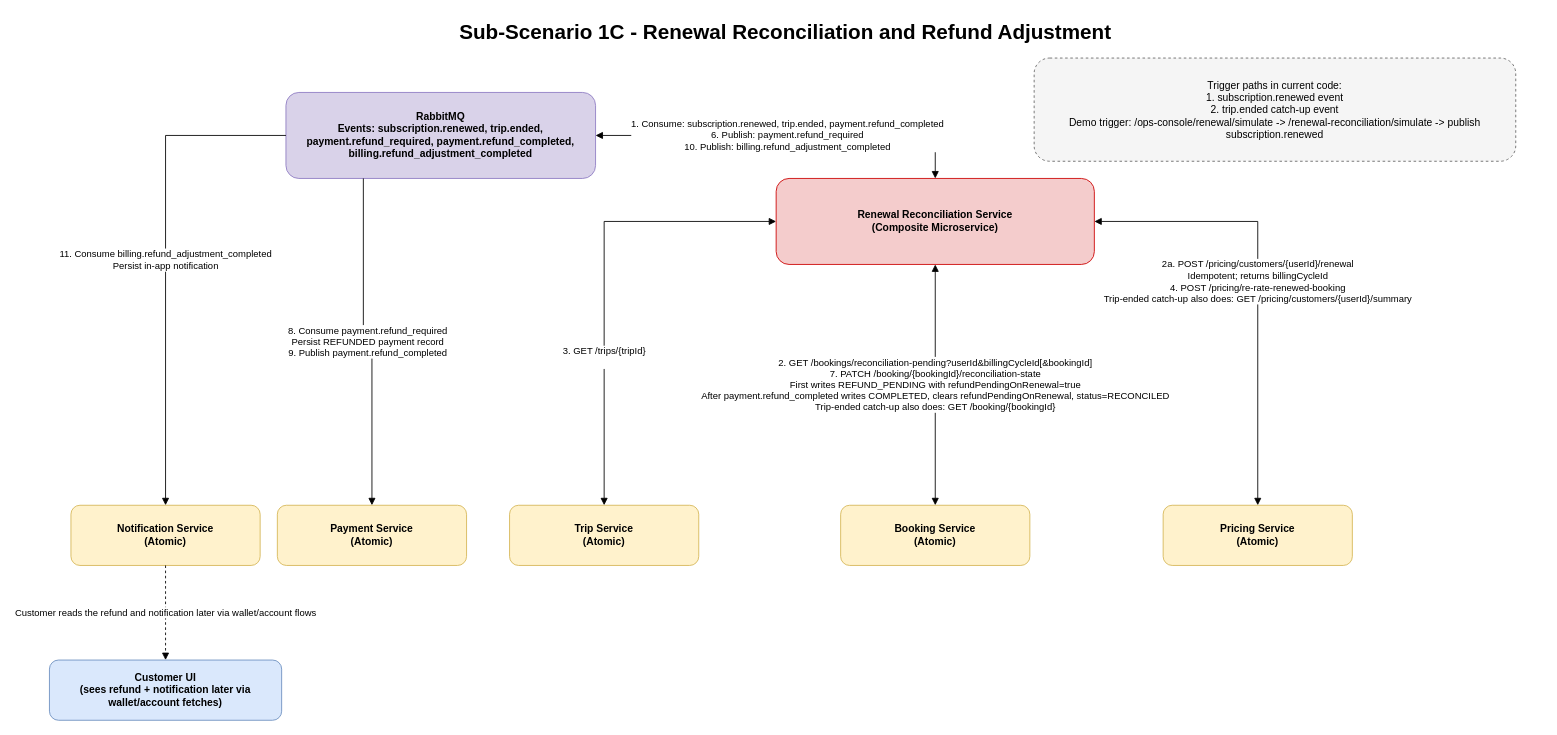
Earlier version of the draw.io diagram docs/report/us1c-Renewal-Reconciliation.drawio (srikartejab/fleetshare). Source tidied: cells renumbered, new cells numbered last; positions are measured from the earlier drawing's top-left corner, leaving out a move shared by most shapes. Both pictures are drawn from the tidied source at 86%, with x=0, y=0 at pixel (49, 15).
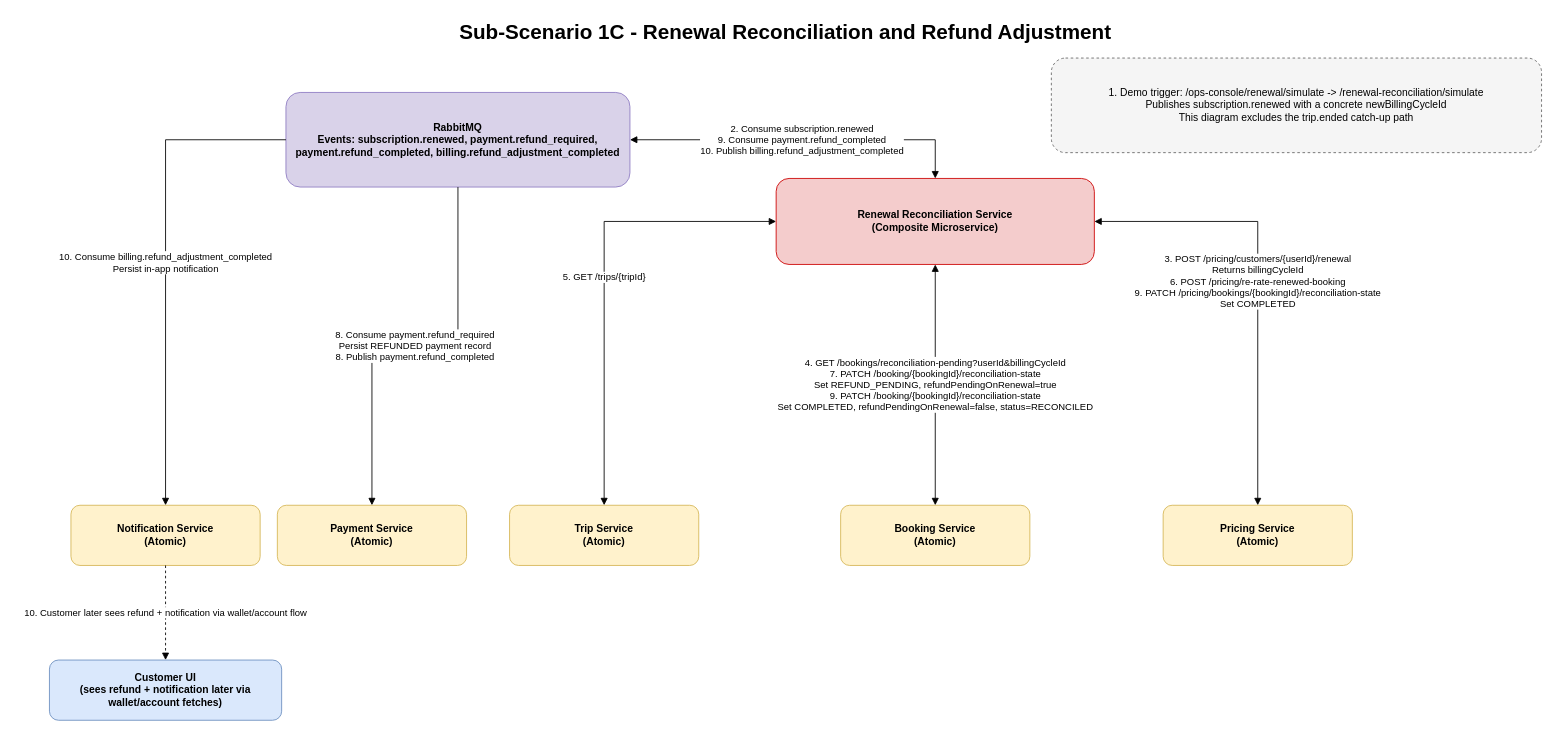
The same page after the edit.

Change to the diagram source:
```diff
@@
 <mxGraphModel>
   <root>
     <mxCell id="0" />
     <mxCell id="1" parent="0" />
     <mxCell id="2" value="Sub-Scenario 1C - Renewal Reconciliation and Refund Adjustment" style="text;html=1;strokeColor=none;fillColor=none;align=left;verticalAlign=middle;fontSize=24;fontStyle=1;" parent="1" vertex="1">
       <mxGeometry x="475" width="830" height="40" as="geometry" />
     </mxCell>
-    <mxCell id="3" value="RabbitMQ&#10;Events: subscription.renewed, trip.ended,&#10;payment.refund_required, payment.refund_completed,&#10;billing.refund_adjustment_completed" style="rounded=1;whiteSpace=wrap;html=1;fillColor=#d9d2e9;strokeColor=#8e7cc3;fontStyle=1;" parent="1" vertex="1">
-      <mxGeometry x="275" y="90" width="360" height="100" as="geometry" />
+    <mxCell id="3" value="RabbitMQ&#10;Events: subscription.renewed, payment.refund_required,&#10;payment.refund_completed, billing.refund_adjustment_completed" style="rounded=1;whiteSpace=wrap;html=1;fillColor=#d9d2e9;strokeColor=#8e7cc3;fontStyle=1;" parent="1" vertex="1">
+      <mxGeometry x="275" y="90" width="400" height="110" as="geometry" />
     </mxCell>
     <mxCell id="4" value="Renewal Reconciliation Service&#10;(Composite Microservice)" style="rounded=1;whiteSpace=wrap;html=1;fillColor=#f4cccc;strokeColor=#cc0000;fontStyle=1;" parent="1" vertex="1">
       <mxGeometry x="845" y="190" width="370" height="100" as="geometry" />
     </mxCell>
     <mxCell id="5" value="Booking Service&#10;(Atomic)" style="rounded=1;whiteSpace=wrap;html=1;fillColor=#fff2cc;strokeColor=#d6b656;fontStyle=1;" parent="1" vertex="1">
       <mxGeometry x="920" y="570" width="220" height="70" as="geometry" />
     </mxCell>
     <mxCell id="6" value="Trip Service&#10;(Atomic)" style="rounded=1;whiteSpace=wrap;html=1;fillColor=#fff2cc;strokeColor=#d6b656;fontStyle=1;" parent="1" vertex="1">
       <mxGeometry x="535" y="570" width="220" height="70" as="geometry" />
     </mxCell>
     <mxCell id="7" value="Pricing Service&#10;(Atomic)" style="rounded=1;whiteSpace=wrap;html=1;fillColor=#fff2cc;strokeColor=#d6b656;fontStyle=1;" parent="1" vertex="1">
       <mxGeometry x="1295" y="570" width="220" height="70" as="geometry" />
     </mxCell>
     <mxCell id="8" value="Payment Service&#10;(Atomic)" style="rounded=1;whiteSpace=wrap;html=1;fillColor=#fff2cc;strokeColor=#d6b656;fontStyle=1;" parent="1" vertex="1">
       <mxGeometry x="265" y="570" width="220" height="70" as="geometry" />
     </mxCell>
     <mxCell id="9" value="Notification Service&#10;(Atomic)" style="rounded=1;whiteSpace=wrap;html=1;fillColor=#fff2cc;strokeColor=#d6b656;fontStyle=1;" parent="1" vertex="1">
       <mxGeometry x="25" y="570" width="220" height="70" as="geometry" />
     </mxCell>
     <mxCell id="10" value="Customer UI&#10;(sees refund + notification later via wallet/account fetches)" style="rounded=1;whiteSpace=wrap;html=1;fillColor=#dae8fc;strokeColor=#6c8ebf;fontStyle=1;" parent="1" vertex="1">
       <mxGeometry y="750" width="270" height="70" as="geometry" />
     </mxCell>
-    <mxCell id="11" value="Trigger paths in current code:&#10;1. subscription.renewed event&#10;2. trip.ended catch-up event&#10;Demo trigger: /ops-console/renewal/simulate -&gt; /renewal-reconciliation/simulate -&gt; publish subscription.renewed" style="rounded=1;whiteSpace=wrap;html=1;fillColor=#f5f5f5;strokeColor=#666666;dashed=1;" parent="1" vertex="1">
-      <mxGeometry x="1145" y="50" width="560" height="120" as="geometry" />
+    <mxCell id="11" value="1. Demo trigger: /ops-console/renewal/simulate -&gt; /renewal-reconciliation/simulate&#10;Publishes subscription.renewed with a concrete newBillingCycleId&#10;This diagram excludes the trip.ended catch-up path" style="rounded=1;whiteSpace=wrap;html=1;fillColor=#f5f5f5;strokeColor=#666666;dashed=1;" parent="1" vertex="1">
+      <mxGeometry x="1165" y="50" width="570" height="110" as="geometry" />
     </mxCell>
-    <mxCell id="12" value="1. Consume: subscription.renewed, trip.ended, payment.refund_completed&#10;6. Publish: payment.refund_required&#10;10. Publish: billing.refund_adjustment_completed" style="edgeStyle=orthogonalEdgeStyle;rounded=0;jettySize=auto;html=1;startArrow=block;endArrow=block;entryX=0.5;entryY=0;entryDx=0;entryDy=0;" parent="1" edge="1" source="3" target="4">
+    <mxCell id="12" value="2. Consume subscription.renewed&#10;9. Consume payment.refund_completed&#10;10. Publish billing.refund_adjustment_completed" style="edgeStyle=orthogonalEdgeStyle;rounded=0;jettySize=auto;html=1;startArrow=block;endArrow=block;entryX=0.5;entryY=0;entryDx=0;entryDy=0;" parent="1" edge="1" source="3" target="4">
       <mxGeometry relative="1" as="geometry" />
     </mxCell>
-    <mxCell id="13" value="2. GET /bookings/reconciliation-pending?userId&amp;billingCycleId[&amp;bookingId]&#10;7. PATCH /booking/{bookingId}/reconciliation-state&#10;First writes REFUND_PENDING with refundPendingOnRenewal=true&#10;After payment.refund_completed writes COMPLETED, clears refundPendingOnRenewal, status=RECONCILED&#10;Trip-ended catch-up also does: GET /booking/{bookingId}" style="edgeStyle=orthogonalEdgeStyle;rounded=0;jettySize=auto;html=1;startArrow=block;endArrow=block;" parent="1" edge="1" source="4" target="5">
+    <mxCell id="13" value="4. GET /bookings/reconciliation-pending?userId&amp;billingCycleId&#10;7. PATCH /booking/{bookingId}/reconciliation-state&#10;Set REFUND_PENDING, refundPendingOnRenewal=true&#10;9. PATCH /booking/{bookingId}/reconciliation-state&#10;Set COMPLETED, refundPendingOnRenewal=false, status=RECONCILED" style="edgeStyle=orthogonalEdgeStyle;rounded=0;jettySize=auto;html=1;startArrow=block;endArrow=block;" parent="1" edge="1" source="4" target="5">
       <mxGeometry relative="1" as="geometry" />
     </mxCell>
-    <mxCell id="14" value="3. GET /trips/{tripId}&lt;div&gt;&lt;br/&gt;&lt;/div&gt;" style="edgeStyle=orthogonalEdgeStyle;rounded=0;jettySize=auto;html=1;startArrow=block;endArrow=block;" parent="1" edge="1" source="4" target="6">
-      <mxGeometry x="0.35" relative="1" as="geometry" />
+    <mxCell id="14" value="5. GET /trips/{tripId}" style="edgeStyle=orthogonalEdgeStyle;rounded=0;jettySize=auto;html=1;startArrow=block;endArrow=block;" parent="1" edge="1" source="4" target="6">
+      <mxGeometry relative="1" as="geometry" />
     </mxCell>
+    <mxCell id="19" value="3. POST /pricing/customers/{userId}/renewal&#10;Returns billingCycleId&#10;6. POST /pricing/re-rate-renewed-booking&#10;9. PATCH /pricing/bookings/{bookingId}/reconciliation-state&#10;Set COMPLETED" style="edgeStyle=orthogonalEdgeStyle;rounded=0;jettySize=auto;html=1;startArrow=block;endArrow=block;" parent="1" edge="1" source="4" target="7">
+      <mxGeometry relative="1" as="geometry" />
+    </mxCell>
-    <mxCell id="15" value="2a. POST /pricing/customers/{userId}/renewal&#10;Idempotent; returns billingCycleId&#10;4. POST /pricing/re-rate-renewed-booking&#10;Trip-ended catch-up also does: GET /pricing/customers/{userId}/summary" style="edgeStyle=orthogonalEdgeStyle;rounded=0;jettySize=auto;html=1;startArrow=block;endArrow=block;" parent="1" edge="1" source="4" target="7">
+    <mxCell id="15" value="8. Consume payment.refund_required&#10;Persist REFUNDED payment record&#10;8. Publish payment.refund_completed" style="edgeStyle=orthogonalEdgeStyle;rounded=0;jettySize=auto;html=1;endArrow=block;" parent="1" edge="1" source="3" target="8">
       <mxGeometry relative="1" as="geometry" />
     </mxCell>
-    <mxCell id="16" value="8. Consume payment.refund_required&#10;Persist REFUNDED payment record&#10;9. Publish payment.refund_completed" style="edgeStyle=orthogonalEdgeStyle;rounded=0;jettySize=auto;html=1;endArrow=block;exitX=0.25;exitY=1;exitDx=0;exitDy=0;" parent="1" edge="1" source="3" target="8">
+    <mxCell id="16" value="10. Consume billing.refund_adjustment_completed&#10;Persist in-app notification" style="edgeStyle=orthogonalEdgeStyle;rounded=0;jettySize=auto;html=1;endArrow=block;" parent="1" edge="1" source="3" target="9">
       <mxGeometry relative="1" as="geometry" />
     </mxCell>
-    <mxCell id="17" value="11. Consume billing.refund_adjustment_completed&#10;Persist in-app notification" style="edgeStyle=orthogonalEdgeStyle;rounded=0;jettySize=auto;html=1;endArrow=block;" parent="1" edge="1" source="3" target="9">
+    <mxCell id="17" value="10. Customer later sees refund + notification via wallet/account flow" style="edgeStyle=orthogonalEdgeStyle;rounded=0;jettySize=auto;html=1;endArrow=block;dashed=1;" parent="1" edge="1" source="9" target="10">
       <mxGeometry relative="1" as="geometry" />
     </mxCell>
-    <mxCell id="18" value="Customer reads the refund and notification later via wallet/account flows" style="edgeStyle=orthogonalEdgeStyle;rounded=0;jettySize=auto;html=1;endArrow=block;dashed=1;" parent="1" edge="1" source="9" target="10">
-      <mxGeometry relative="1" as="geometry" />
-    </mxCell>
   </root>
 </mxGraphModel>
```
